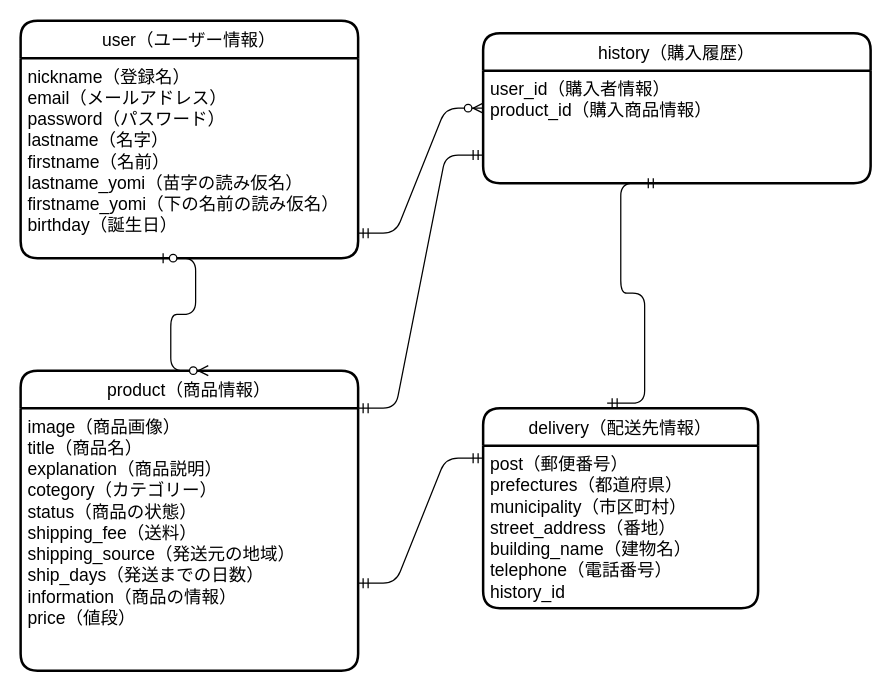
Earlier version of the draw.io diagram app/furima-41360.dio (haru-teck/furima-41360). Source tidied: cells renumbered, new cells numbered last; positions are measured from the earlier drawing's top-left corner, leaving out a move shared by most shapes. Both pictures are drawn from the tidied source at 125%, with x=0, y=0 at pixel (20, 20).
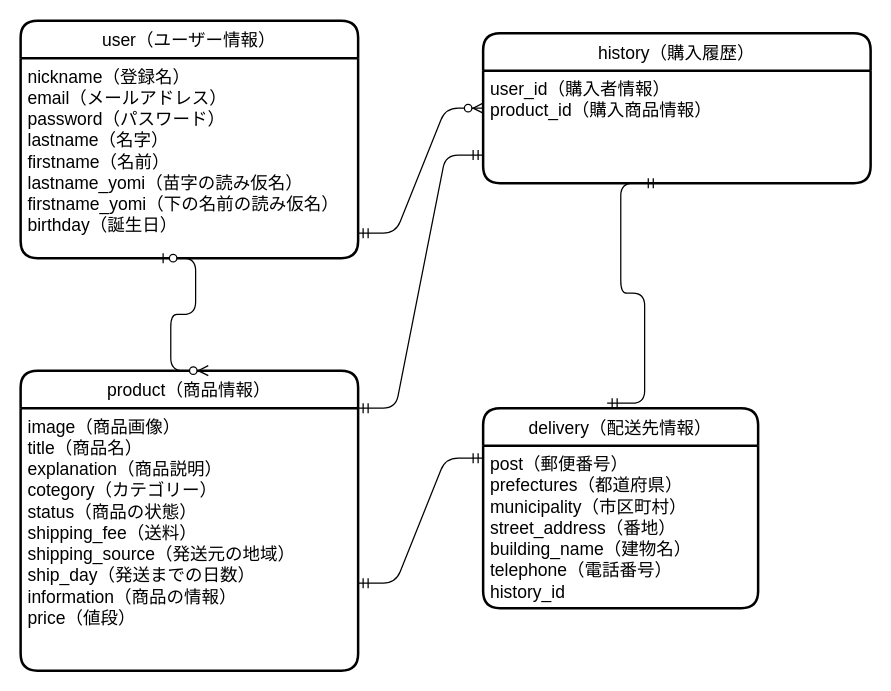
After the change.

Commit message (it also covers changes not shown here):
テーブル設計6

The edit, as a diff of the source:
```diff
@@
 <mxGraphModel>
   <root>
     <mxCell id="0" />
     <mxCell id="1" parent="0" />
     <mxCell id="2" value="user（ユーザー情報）" style="swimlane;horizontal=1;startSize=30;rounded=1;fontSize=14;fontStyle=0;strokeWidth=2;shadow=0;dashed=0;align=center;" parent="1" vertex="1">
       <mxGeometry width="270" height="190" as="geometry" />
     </mxCell>
     <mxCell id="3" value="nickname（登録名）&#10;email（メールアドレス）&#10;password（パスワード）&#10;lastname（名字）&#10;firstname（名前）&#10;lastname_yomi（苗字の読み仮名）&#10;firstname_yomi（下の名前の読み仮名）&#10;birthday（誕生日）&#10;" style="align=left;strokeColor=none;fillColor=none;spacingLeft=4;fontSize=14;verticalAlign=top;" parent="2" vertex="1">
       <mxGeometry y="30" width="270" height="160" as="geometry" />
     </mxCell>
     <mxCell id="4" value="product（商品情報）" style="swimlane;horizontal=1;startSize=30;rounded=1;fontSize=14;fontStyle=0;strokeWidth=2;shadow=0;dashed=0;align=center;" parent="1" vertex="1">
       <mxGeometry y="280" width="270" height="240" as="geometry" />
     </mxCell>
-    <mxCell id="5" value="image（商品画像）&#10;title（商品名）&#10;explanation（商品説明）&#10;cotegory（カテゴリー）&#10;status（商品の状態）&#10;shipping_fee（送料）&#10;shipping_source（発送元の地域）&#10;ship_days（発送までの日数）&#10;information（商品の情報）&#10;price（値段）&#10;" style="align=left;strokeColor=none;fillColor=none;spacingLeft=4;fontSize=14;verticalAlign=top;" parent="4" vertex="1">
+    <mxCell id="5" value="image（商品画像）&#10;title（商品名）&#10;explanation（商品説明）&#10;cotegory（カテゴリー）&#10;status（商品の状態）&#10;shipping_fee（送料）&#10;shipping_source（発送元の地域）&#10;ship_day（発送までの日数）&#10;information（商品の情報）&#10;price（値段）&#10;" style="align=left;strokeColor=none;fillColor=none;spacingLeft=4;fontSize=14;verticalAlign=top;" parent="4" vertex="1">
       <mxGeometry y="30" width="270" height="210" as="geometry" />
     </mxCell>
     <mxCell id="6" style="shape=waypoint;sketch=0;size=6;fillColor=default;perimeter=centerPerimeter;fontSize=14;fontStyle=0;startSize=30;rounded=1;strokeWidth=2;shadow=0;dashed=0;" parent="4" vertex="1">
       <mxGeometry y="240" width="270" as="geometry" />
     </mxCell>
     <mxCell id="7" value="history（購入履歴）" style="swimlane;horizontal=1;startSize=30;rounded=1;fontSize=14;fontStyle=0;strokeWidth=2;shadow=0;dashed=0;align=center;" parent="1" vertex="1">
       <mxGeometry x="370" y="10" width="310" height="120" as="geometry" />
     </mxCell>
     <mxCell id="8" value="user_id（購入者情報）&#10;product_id（購入商品情報）&#10;" style="align=left;strokeColor=none;fillColor=none;spacingLeft=4;fontSize=14;verticalAlign=top;" parent="7" vertex="1">
       <mxGeometry y="30" width="310" height="90" as="geometry" />
     </mxCell>
     <mxCell id="9" value="delivery（配送先情報）" style="swimlane;horizontal=1;startSize=30;rounded=1;fontSize=14;fontStyle=0;strokeWidth=2;shadow=0;dashed=0;align=center;" parent="1" vertex="1">
       <mxGeometry x="370" y="310" width="220" height="160" as="geometry" />
     </mxCell>
     <mxCell id="10" value="post（郵便番号）&#10;prefectures（都道府県）&#10;municipality（市区町村）&#10;street_address（番地）&#10;building_name（建物名）&#10;telephone（電話番号）&#10;history_id" style="align=left;strokeColor=none;fillColor=none;spacingLeft=4;fontSize=14;verticalAlign=top;" parent="9" vertex="1">
       <mxGeometry y="30" width="220" height="130" as="geometry" />
     </mxCell>
     <mxCell id="11" style="edgeStyle=entityRelationEdgeStyle;fontSize=12;html=1;endArrow=ERzeroToMany;startArrow=ERzeroToOne;entryX=0.556;entryY=0;entryDx=0;entryDy=0;entryPerimeter=0;" parent="1" edge="1" target="4">
       <mxGeometry relative="1" as="geometry">
         <mxPoint x="110" y="190" as="sourcePoint" />
       </mxGeometry>
     </mxCell>
     <mxCell id="12" style="edgeStyle=entityRelationEdgeStyle;fontSize=12;html=1;endArrow=ERmandOne;startArrow=ERmandOne;" parent="1" edge="1">
       <mxGeometry relative="1" as="geometry">
         <mxPoint x="270" y="450" as="sourcePoint" />
         <mxPoint x="370" y="350" as="targetPoint" />
       </mxGeometry>
     </mxCell>
     <mxCell id="13" style="edgeStyle=entityRelationEdgeStyle;fontSize=12;html=1;endArrow=ERzeroToMany;startArrow=ERmandOne;" parent="1" edge="1">
       <mxGeometry relative="1" as="geometry">
         <mxPoint x="270" y="170" as="sourcePoint" />
         <mxPoint x="370" y="70" as="targetPoint" />
       </mxGeometry>
     </mxCell>
     <mxCell id="14" style="edgeStyle=entityRelationEdgeStyle;fontSize=12;html=1;endArrow=ERmandOne;startArrow=ERmandOne;exitX=0.451;exitY=-0.025;exitDx=0;exitDy=0;exitPerimeter=0;entryX=0.452;entryY=1;entryDx=0;entryDy=0;entryPerimeter=0;" parent="1" edge="1" source="9" target="8">
       <mxGeometry relative="1" as="geometry" />
     </mxCell>
     <mxCell id="15" style="edgeStyle=entityRelationEdgeStyle;fontSize=12;html=1;endArrow=ERmandOne;startArrow=ERmandOne;entryX=0;entryY=0.75;entryDx=0;entryDy=0;" parent="1" edge="1" target="8">
       <mxGeometry relative="1" as="geometry">
         <mxPoint x="270" y="310" as="sourcePoint" />
       </mxGeometry>
     </mxCell>
   </root>
 </mxGraphModel>
```
